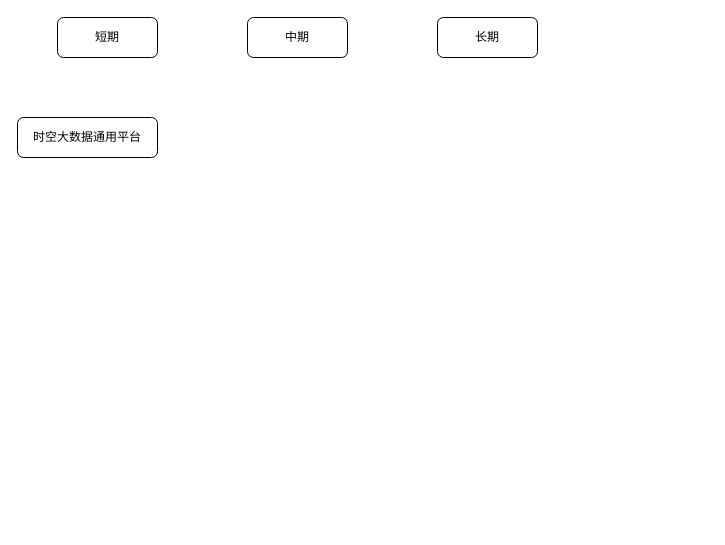
The draw.io diagram 人员构成.drawio in gaochaowyq/MinderGraph, before the edit. Source tidied: cells renumbered, new cells numbered last; positions are measured from the earlier drawing's top-left corner, leaving out a move shared by most shapes. Both pictures are drawn from the tidied source at 100%, with x=0, y=0 at pixel (17, 17).
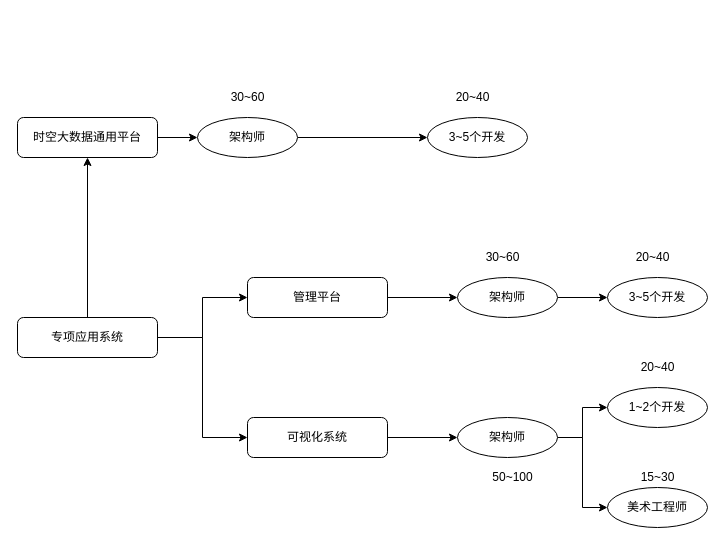
After the change.

Unchanged cells that the change refers to:
```xml
<mxCell id="5" value="时空大数据通用平台" style="rounded=1;whiteSpace=wrap;html=1;" parent="1" vertex="1">
  <mxGeometry y="100" width="140" height="40" as="geometry" />
</mxCell>
```

Diff of the diagram source:
```diff
@@
-    <mxCell id="2" value="短期" style="rounded=1;whiteSpace=wrap;html=1;" parent="1" vertex="1">
-      <mxGeometry x="40" width="100" height="40" as="geometry" />
-    </mxCell>
-    <mxCell id="3" value="中期" style="rounded=1;whiteSpace=wrap;html=1;" parent="1" vertex="1">
-      <mxGeometry x="230" width="100" height="40" as="geometry" />
-    </mxCell>
-    <mxCell id="4" value="长期" style="rounded=1;whiteSpace=wrap;html=1;" parent="1" vertex="1">
-      <mxGeometry x="420" width="100" height="40" as="geometry" />
-    </mxCell>
+    <mxCell id="6" style="edgeStyle=orthogonalEdgeStyle;rounded=0;jettySize=auto;html=1;" parent="1" edge="1" source="5" target="16">
+      <mxGeometry relative="1" as="geometry" />
+    </mxCell>
@@
+    <mxCell id="7" style="edgeStyle=orthogonalEdgeStyle;rounded=0;jettySize=auto;html=1;entryX=0;entryY=0.5;entryDx=0;entryDy=0;" parent="1" edge="1" source="10" target="12">
+      <mxGeometry relative="1" as="geometry" />
+    </mxCell>
+    <mxCell id="8" style="edgeStyle=orthogonalEdgeStyle;rounded=0;jettySize=auto;html=1;entryX=0;entryY=0.5;entryDx=0;entryDy=0;" parent="1" edge="1" source="10" target="14">
+      <mxGeometry relative="1" as="geometry" />
+    </mxCell>
+    <mxCell id="9" style="edgeStyle=orthogonalEdgeStyle;rounded=0;jettySize=auto;html=1;" parent="1" edge="1" source="10" target="5">
+      <mxGeometry relative="1" as="geometry" />
+    </mxCell>
+    <mxCell id="10" value="专项应用系统" style="rounded=1;whiteSpace=wrap;html=1;" parent="1" vertex="1">
+      <mxGeometry y="300" width="140" height="40" as="geometry" />
+    </mxCell>
+    <mxCell id="11" style="edgeStyle=orthogonalEdgeStyle;rounded=0;jettySize=auto;html=1;" parent="1" edge="1" source="12" target="19">
+      <mxGeometry relative="1" as="geometry" />
+    </mxCell>
+    <mxCell id="12" value="管理平台" style="rounded=1;whiteSpace=wrap;html=1;" parent="1" vertex="1">
+      <mxGeometry x="230" y="260" width="140" height="40" as="geometry" />
+    </mxCell>
+    <mxCell id="13" style="edgeStyle=orthogonalEdgeStyle;rounded=0;jettySize=auto;html=1;" parent="1" edge="1" source="14" target="23">
+      <mxGeometry relative="1" as="geometry" />
+    </mxCell>
+    <mxCell id="14" value="可视化系统" style="rounded=1;whiteSpace=wrap;html=1;" parent="1" vertex="1">
+      <mxGeometry x="230" y="400" width="140" height="40" as="geometry" />
+    </mxCell>
+    <mxCell id="15" style="edgeStyle=orthogonalEdgeStyle;rounded=0;jettySize=auto;html=1;" parent="1" edge="1" source="16" target="17">
+      <mxGeometry relative="1" as="geometry" />
+    </mxCell>
+    <mxCell id="16" value="架构师" style="ellipse;whiteSpace=wrap;html=1;" parent="1" vertex="1">
+      <mxGeometry x="180" y="100" width="100" height="40" as="geometry" />
+    </mxCell>
+    <mxCell id="17" value="3~5个开发" style="ellipse;whiteSpace=wrap;html=1;" parent="1" vertex="1">
+      <mxGeometry x="410" y="100" width="100" height="40" as="geometry" />
+    </mxCell>
+    <mxCell id="18" style="edgeStyle=orthogonalEdgeStyle;rounded=0;jettySize=auto;html=1;" parent="1" edge="1" source="19" target="20">
+      <mxGeometry relative="1" as="geometry" />
+    </mxCell>
+    <mxCell id="19" value="架构师" style="ellipse;whiteSpace=wrap;html=1;" parent="1" vertex="1">
+      <mxGeometry x="440" y="260" width="100" height="40" as="geometry" />
+    </mxCell>
+    <mxCell id="20" value="3~5个开发" style="ellipse;whiteSpace=wrap;html=1;" parent="1" vertex="1">
+      <mxGeometry x="590" y="260" width="100" height="40" as="geometry" />
+    </mxCell>
+    <mxCell id="21" style="edgeStyle=orthogonalEdgeStyle;rounded=0;jettySize=auto;html=1;" parent="1" edge="1" source="23" target="24">
+      <mxGeometry relative="1" as="geometry" />
+    </mxCell>
+    <mxCell id="22" style="edgeStyle=orthogonalEdgeStyle;rounded=0;jettySize=auto;html=1;entryX=0;entryY=0.5;entryDx=0;entryDy=0;" parent="1" edge="1" source="23" target="31">
+      <mxGeometry relative="1" as="geometry" />
+    </mxCell>
+    <mxCell id="23" value="架构师" style="ellipse;whiteSpace=wrap;html=1;" parent="1" vertex="1">
+      <mxGeometry x="440" y="400" width="100" height="40" as="geometry" />
+    </mxCell>
+    <mxCell id="24" value="1~2个开发" style="ellipse;whiteSpace=wrap;html=1;" parent="1" vertex="1">
+      <mxGeometry x="590" y="370" width="100" height="40" as="geometry" />
+    </mxCell>
+    <mxCell id="25" value="30~60" style="text;html=1;align=center;verticalAlign=middle;strokeColor=none;" parent="1" vertex="1">
+      <mxGeometry x="205" y="70" width="50" height="20" as="geometry" />
+    </mxCell>
+    <mxCell id="26" value="20~40" style="text;html=1;align=center;verticalAlign=middle;strokeColor=none;" parent="1" vertex="1">
+      <mxGeometry x="430" y="70" width="50" height="20" as="geometry" />
+    </mxCell>
+    <mxCell id="27" value="30~60" style="text;html=1;align=center;verticalAlign=middle;strokeColor=none;" parent="1" vertex="1">
+      <mxGeometry x="460" y="230" width="50" height="20" as="geometry" />
+    </mxCell>
+    <mxCell id="28" value="20~40" style="text;html=1;align=center;verticalAlign=middle;strokeColor=none;" parent="1" vertex="1">
+      <mxGeometry x="610" y="230" width="50" height="20" as="geometry" />
+    </mxCell>
+    <mxCell id="29" value="50~100" style="text;html=1;align=center;verticalAlign=middle;strokeColor=none;" parent="1" vertex="1">
+      <mxGeometry x="465" y="450" width="60" height="20" as="geometry" />
+    </mxCell>
+    <mxCell id="30" value="15~30" style="text;html=1;align=center;verticalAlign=middle;strokeColor=none;" parent="1" vertex="1">
+      <mxGeometry x="615" y="450" width="50" height="20" as="geometry" />
+    </mxCell>
+    <mxCell id="31" value="美术工程师" style="ellipse;whiteSpace=wrap;html=1;" parent="1" vertex="1">
+      <mxGeometry x="590" y="470" width="100" height="40" as="geometry" />
+    </mxCell>
+    <mxCell id="32" value="20~40" style="text;html=1;align=center;verticalAlign=middle;strokeColor=none;" parent="1" vertex="1">
+      <mxGeometry x="615" y="340" width="50" height="20" as="geometry" />
+    </mxCell>
```
